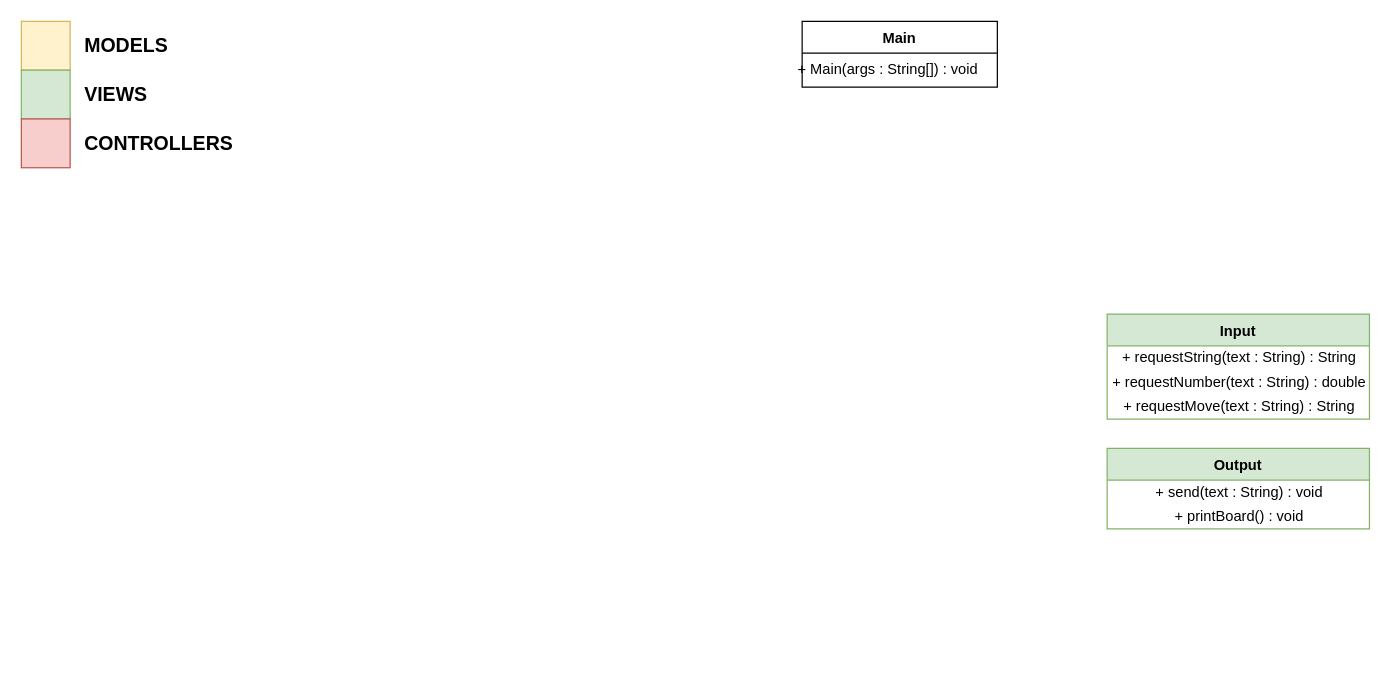
This is UML-PSE.drawio from EShrestha/PSE-GameOfNim, a draw.io file, before an edit. Source tidied: cells renumbered, new cells numbered last; positions are measured from the earlier drawing's top-left corner, leaving out a move shared by most shapes. Both pictures are drawn from the tidied source at 122%, with x=0, y=0 at pixel (21, 21).
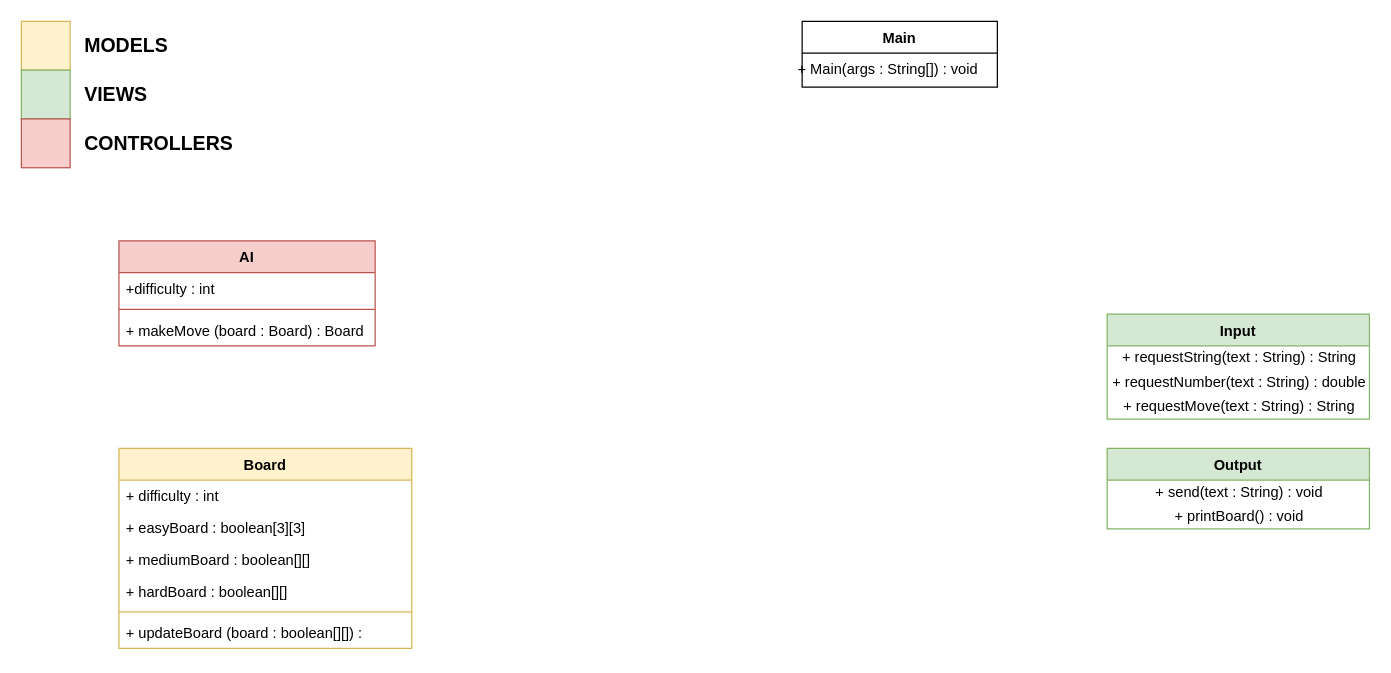
The same diagram, later.

Change to the diagram source:
```diff
@@
+    <mxCell id="17" value="AI" style="swimlane;fontStyle=1;align=center;verticalAlign=top;horizontal=1;startSize=26;fillColor=#f8cecc;strokeColor=#b85450;" parent="1" vertex="1">
+      <mxGeometry x="80" y="180" width="210" height="86" as="geometry" />
+    </mxCell>
+    <mxCell id="18" value="+difficulty : int" style="text;strokeColor=none;fillColor=none;align=left;verticalAlign=top;spacingLeft=4;spacingRight=4;overflow=hidden;" parent="17" vertex="1">
+      <mxGeometry y="26" width="210" height="26" as="geometry" />
+    </mxCell>
+    <mxCell id="19" style="line;strokeWidth=1;fillColor=#f8cecc;align=left;verticalAlign=middle;spacingTop=-1;spacingLeft=3;spacingRight=3;labelPosition=right;strokeColor=#b85450;" parent="17" vertex="1">
+      <mxGeometry y="52" width="210" height="8" as="geometry" />
+    </mxCell>
+    <mxCell id="20" value="+ makeMove (board : Board) : Board" style="text;strokeColor=none;fillColor=none;align=left;verticalAlign=top;spacingLeft=4;spacingRight=4;overflow=hidden;" parent="17" vertex="1">
+      <mxGeometry y="60" width="210" height="26" as="geometry" />
+    </mxCell>
+    <mxCell id="21" value="Board" style="swimlane;fontStyle=1;align=center;verticalAlign=top;horizontal=1;startSize=26;fillColor=#fff2cc;strokeColor=#d6b656;" parent="1" vertex="1">
+      <mxGeometry x="80" y="350" width="240" height="164" as="geometry" />
+    </mxCell>
+    <mxCell id="22" value="+ difficulty : int" style="text;strokeColor=none;fillColor=none;align=left;verticalAlign=top;spacingLeft=4;spacingRight=4;overflow=hidden;" parent="21" vertex="1">
+      <mxGeometry y="26" width="240" height="26" as="geometry" />
+    </mxCell>
+    <mxCell id="23" value="+ easyBoard : boolean[3][3]" style="text;strokeColor=none;fillColor=none;align=left;verticalAlign=top;spacingLeft=4;spacingRight=4;overflow=hidden;" parent="21" vertex="1">
+      <mxGeometry y="52" width="240" height="26" as="geometry" />
+    </mxCell>
+    <mxCell id="24" value="+ mediumBoard : boolean[][]" style="text;strokeColor=none;fillColor=none;align=left;verticalAlign=top;spacingLeft=4;spacingRight=4;overflow=hidden;" parent="21" vertex="1">
+      <mxGeometry y="78" width="240" height="26" as="geometry" />
+    </mxCell>
+    <mxCell id="25" value="+ hardBoard : boolean[][]" style="text;strokeColor=none;fillColor=none;align=left;verticalAlign=top;spacingLeft=4;spacingRight=4;overflow=hidden;" parent="21" vertex="1">
+      <mxGeometry y="104" width="240" height="26" as="geometry" />
+    </mxCell>
+    <mxCell id="26" style="line;strokeWidth=1;fillColor=#fff2cc;align=left;verticalAlign=middle;spacingTop=-1;spacingLeft=3;spacingRight=3;labelPosition=right;strokeColor=#d6b656;" parent="21" vertex="1">
+      <mxGeometry y="130" width="240" height="8" as="geometry" />
+    </mxCell>
+    <mxCell id="27" value="+ updateBoard (board : boolean[][]) : " style="text;fillColor=none;align=left;verticalAlign=top;spacingLeft=4;spacingRight=4;overflow=hidden;" parent="21" vertex="1">
+      <mxGeometry y="138" width="240" height="26" as="geometry" />
+    </mxCell>
```
